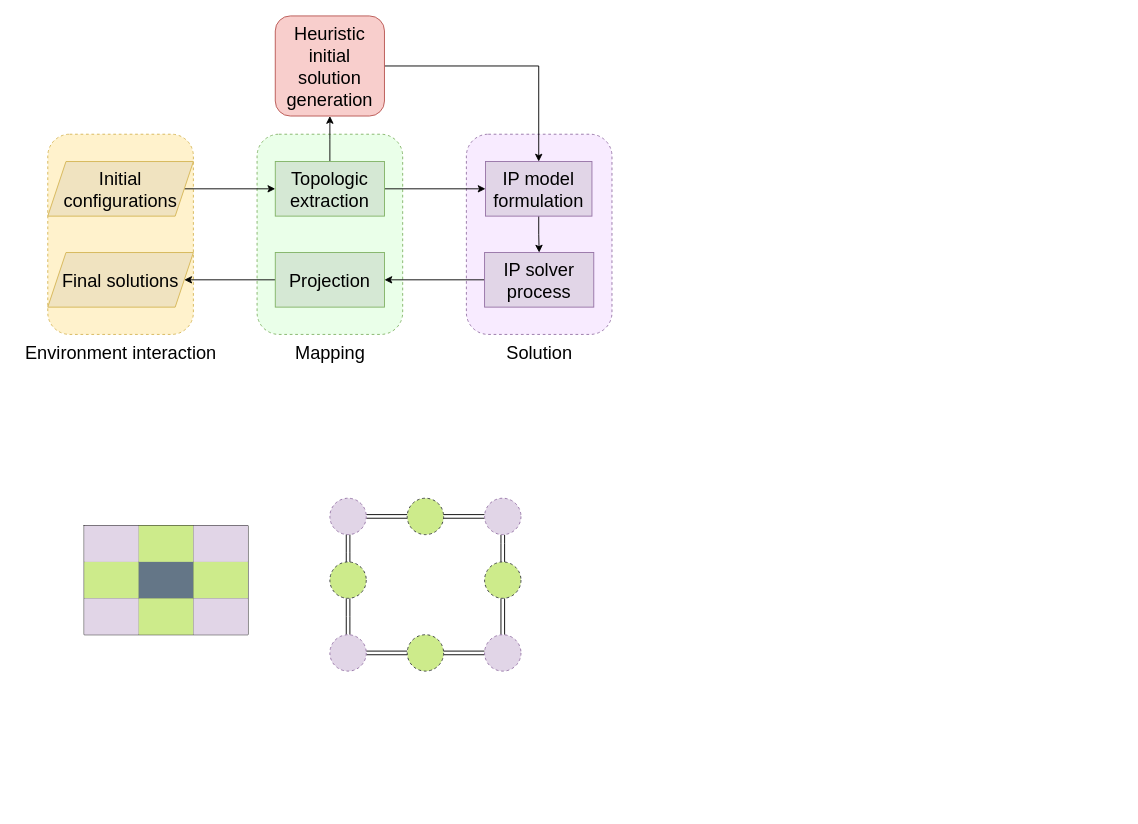
This is OWIP.drawio from HUOJIAXI/A-high-efficient-and-collision-free-algorithm-for-multi-robot-path-planning-in-narrow-passage-env, a draw.io file, before an edit. Source tidied: cells renumbered, new cells numbered last; positions are measured from the earlier drawing's top-left corner, leaving out a move shared by most shapes. Both pictures are drawn from the tidied source at 91%, with x=0, y=0 at pixel (15, 15).
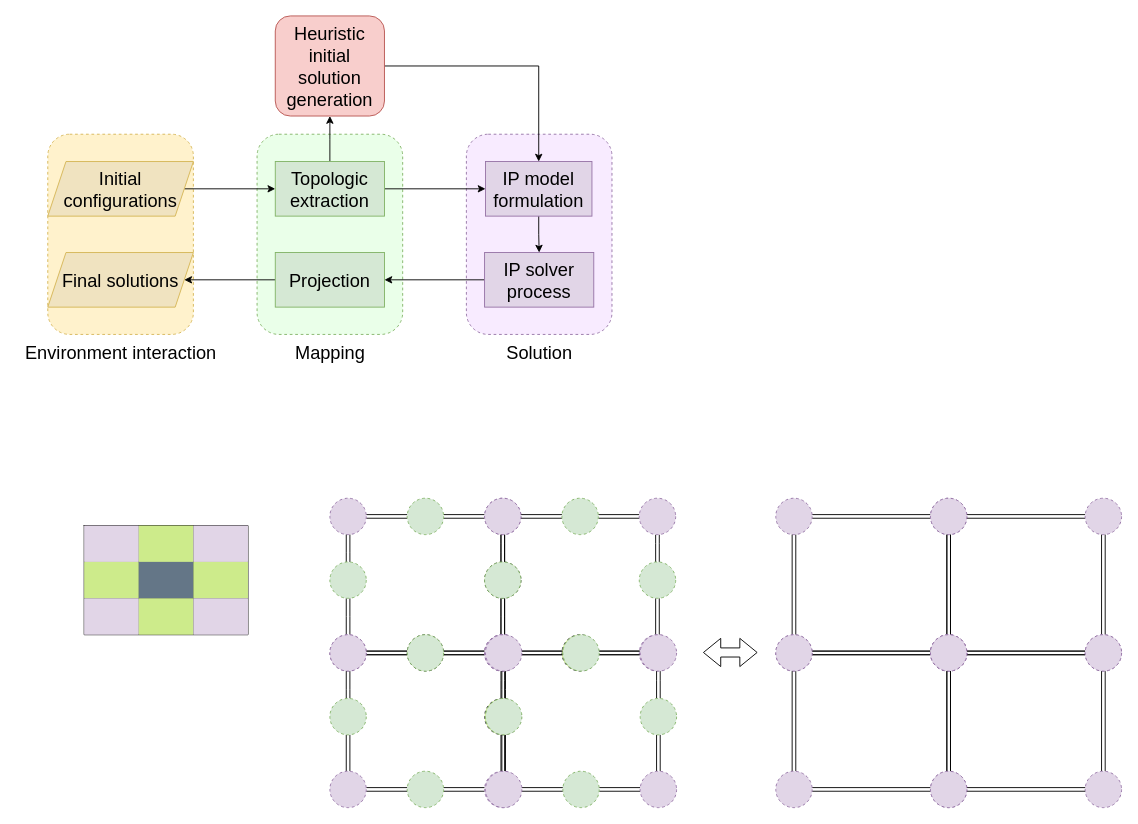
Above is the later version.

Change to the diagram source:
```diff
@@
-    <mxCell id="25" style="ellipse;whiteSpace=wrap;html=1;dashed=1;fillColor=#cdeb8b;strokeColor=#36393d;" parent="1" vertex="1">
+    <mxCell id="25" style="ellipse;whiteSpace=wrap;html=1;dashed=1;fillColor=#d5e8d4;strokeColor=#82b366;" parent="1" vertex="1">
       <mxGeometry x="430" y="530" width="40" height="40" as="geometry" />
     </mxCell>
@@
-    <mxCell id="37" style="ellipse;whiteSpace=wrap;html=1;dashed=1;fillColor=#cdeb8b;strokeColor=#36393d;" parent="1" vertex="1">
+    <mxCell id="37" style="ellipse;whiteSpace=wrap;html=1;dashed=1;fillColor=#d5e8d4;strokeColor=#82b366;" parent="1" vertex="1">
       <mxGeometry x="345" y="600" width="40" height="40" as="geometry" />
     </mxCell>
@@
+    <mxCell id="51" style="edgeStyle=orthogonalEdgeStyle;rounded=0;jettySize=auto;html=1;shape=link;entryX=0;entryY=0.5;entryDx=0;entryDy=0;" parent="1" edge="1" source="52" target="53">
+      <mxGeometry relative="1" as="geometry" />
+    </mxCell>
+    <mxCell id="52" style="ellipse;whiteSpace=wrap;html=1;dashed=1;fillColor=#e1d5e7;strokeColor=#9673a6;" parent="1" vertex="1">
+      <mxGeometry x="835" y="530" width="40" height="40" as="geometry" />
+    </mxCell>
+    <mxCell id="53" style="ellipse;whiteSpace=wrap;html=1;dashed=1;fillColor=#e1d5e7;strokeColor=#9673a6;" parent="1" vertex="1">
+      <mxGeometry x="1005" y="530" width="40" height="40" as="geometry" />
+    </mxCell>
+    <mxCell id="54" style="edgeStyle=orthogonalEdgeStyle;rounded=0;jettySize=auto;html=1;shape=link;exitX=0.5;exitY=1;exitDx=0;exitDy=0;" parent="1" edge="1" source="53" target="55">
+      <mxGeometry relative="1" as="geometry" />
+    </mxCell>
+    <mxCell id="55" style="ellipse;whiteSpace=wrap;html=1;dashed=1;fillColor=#e1d5e7;strokeColor=#9673a6;" parent="1" vertex="1">
+      <mxGeometry x="1005" y="680" width="40" height="40" as="geometry" />
+    </mxCell>
+    <mxCell id="56" style="edgeStyle=orthogonalEdgeStyle;rounded=0;jettySize=auto;html=1;shape=link;exitX=0;exitY=0.5;exitDx=0;exitDy=0;" parent="1" edge="1" source="55" target="58">
+      <mxGeometry relative="1" as="geometry" />
+    </mxCell>
+    <mxCell id="57" style="edgeStyle=orthogonalEdgeStyle;rounded=0;jettySize=auto;html=1;shape=link;entryX=0.5;entryY=1;entryDx=0;entryDy=0;" parent="1" edge="1" source="58" target="52">
+      <mxGeometry relative="1" as="geometry" />
+    </mxCell>
+    <mxCell id="58" style="ellipse;whiteSpace=wrap;html=1;dashed=1;fillColor=#e1d5e7;strokeColor=#9673a6;" parent="1" vertex="1">
+      <mxGeometry x="835" y="680" width="40" height="40" as="geometry" />
+    </mxCell>
+    <mxCell id="59" style="shape=flexArrow;endArrow=classic;startArrow=classic;html=1;" parent="1" edge="1">
+      <mxGeometry relative="1" as="geometry">
+        <mxPoint x="755" y="699.5" as="sourcePoint" />
+        <mxPoint x="815" y="699.5" as="targetPoint" />
+      </mxGeometry>
+    </mxCell>
+    <mxCell id="60" style="edgeStyle=orthogonalEdgeStyle;rounded=0;jettySize=auto;html=1;shape=link;" parent="1" edge="1" source="61" target="63">
+      <mxGeometry relative="1" as="geometry" />
+    </mxCell>
+    <mxCell id="61" style="ellipse;whiteSpace=wrap;html=1;dashed=1;fillColor=#e1d5e7;strokeColor=#9673a6;" parent="1" vertex="1">
+      <mxGeometry x="515" y="530" width="40" height="40" as="geometry" />
+    </mxCell>
+    <mxCell id="62" style="edgeStyle=orthogonalEdgeStyle;rounded=0;jettySize=auto;html=1;shape=link;" parent="1" edge="1" source="63" target="65">
+      <mxGeometry relative="1" as="geometry" />
+    </mxCell>
+    <mxCell id="63" style="ellipse;whiteSpace=wrap;html=1;dashed=1;fillColor=#d5e8d4;strokeColor=#82b366;" parent="1" vertex="1">
+      <mxGeometry x="600" y="530" width="40" height="40" as="geometry" />
+    </mxCell>
+    <mxCell id="64" style="edgeStyle=orthogonalEdgeStyle;rounded=0;jettySize=auto;html=1;shape=link;" parent="1" edge="1" source="65" target="67">
+      <mxGeometry relative="1" as="geometry" />
+    </mxCell>
+    <mxCell id="65" style="ellipse;whiteSpace=wrap;html=1;dashed=1;fillColor=#e1d5e7;strokeColor=#9673a6;" parent="1" vertex="1">
+      <mxGeometry x="685" y="530" width="40" height="40" as="geometry" />
+    </mxCell>
+    <mxCell id="66" style="edgeStyle=orthogonalEdgeStyle;rounded=0;jettySize=auto;html=1;shape=link;" parent="1" edge="1" source="67" target="69">
+      <mxGeometry relative="1" as="geometry" />
+    </mxCell>
+    <mxCell id="67" style="ellipse;whiteSpace=wrap;html=1;dashed=1;fillColor=#d5e8d4;strokeColor=#82b366;" parent="1" vertex="1">
+      <mxGeometry x="685" y="600" width="40" height="40" as="geometry" />
+    </mxCell>
+    <mxCell id="68" style="edgeStyle=orthogonalEdgeStyle;rounded=0;jettySize=auto;html=1;shape=link;" parent="1" edge="1" source="69" target="71">
+      <mxGeometry relative="1" as="geometry" />
+    </mxCell>
+    <mxCell id="69" style="ellipse;whiteSpace=wrap;html=1;dashed=1;fillColor=#e1d5e7;strokeColor=#9673a6;" parent="1" vertex="1">
+      <mxGeometry x="685" y="680" width="40" height="40" as="geometry" />
+    </mxCell>
+    <mxCell id="70" style="edgeStyle=orthogonalEdgeStyle;rounded=0;jettySize=auto;html=1;shape=link;" parent="1" edge="1" source="71" target="73">
+      <mxGeometry relative="1" as="geometry" />
+    </mxCell>
+    <mxCell id="71" style="ellipse;whiteSpace=wrap;html=1;dashed=1;fillColor=#cdeb8b;strokeColor=#36393d;" parent="1" vertex="1">
+      <mxGeometry x="600" y="680" width="40" height="40" as="geometry" />
+    </mxCell>
+    <mxCell id="72" style="edgeStyle=orthogonalEdgeStyle;rounded=0;jettySize=auto;html=1;shape=link;" parent="1" edge="1" source="73">
+      <mxGeometry relative="1" as="geometry">
+        <mxPoint x="535" y="640" as="targetPoint" />
+      </mxGeometry>
+    </mxCell>
+    <mxCell id="73" style="ellipse;whiteSpace=wrap;html=1;dashed=1;fillColor=#e1d5e7;strokeColor=#9673a6;" parent="1" vertex="1">
+      <mxGeometry x="515" y="680" width="40" height="40" as="geometry" />
+    </mxCell>
+    <mxCell id="74" style="edgeStyle=orthogonalEdgeStyle;rounded=0;jettySize=auto;html=1;shape=link;" parent="1" edge="1" source="75" target="61">
+      <mxGeometry relative="1" as="geometry" />
+    </mxCell>
+    <mxCell id="75" style="ellipse;whiteSpace=wrap;html=1;dashed=1;fillColor=#d5e8d4;strokeColor=#82b366;" parent="1" vertex="1">
+      <mxGeometry x="515" y="600" width="40" height="40" as="geometry" />
+    </mxCell>
+    <mxCell id="76" style="edgeStyle=orthogonalEdgeStyle;rounded=0;jettySize=auto;html=1;shape=link;" parent="1" edge="1" source="77" target="79">
+      <mxGeometry relative="1" as="geometry" />
+    </mxCell>
+    <mxCell id="77" style="ellipse;whiteSpace=wrap;html=1;dashed=1;fillColor=#e1d5e7;strokeColor=#9673a6;" parent="1" vertex="1">
+      <mxGeometry x="345" y="680" width="40" height="40" as="geometry" />
+    </mxCell>
+    <mxCell id="78" style="edgeStyle=orthogonalEdgeStyle;rounded=0;jettySize=auto;html=1;shape=link;" parent="1" edge="1" source="79" target="81">
+      <mxGeometry relative="1" as="geometry" />
+    </mxCell>
+    <mxCell id="79" style="ellipse;whiteSpace=wrap;html=1;dashed=1;fillColor=#d5e8d4;strokeColor=#82b366;" parent="1" vertex="1">
+      <mxGeometry x="430" y="680" width="40" height="40" as="geometry" />
+    </mxCell>
+    <mxCell id="80" style="edgeStyle=orthogonalEdgeStyle;rounded=0;jettySize=auto;html=1;shape=link;" parent="1" edge="1" source="81" target="83">
+      <mxGeometry relative="1" as="geometry" />
+    </mxCell>
+    <mxCell id="81" style="ellipse;whiteSpace=wrap;html=1;dashed=1;fillColor=#e1d5e7;strokeColor=#9673a6;" parent="1" vertex="1">
+      <mxGeometry x="515" y="680" width="40" height="40" as="geometry" />
+    </mxCell>
+    <mxCell id="82" style="edgeStyle=orthogonalEdgeStyle;rounded=0;jettySize=auto;html=1;shape=link;" parent="1" edge="1" source="83" target="85">
+      <mxGeometry relative="1" as="geometry" />
+    </mxCell>
+    <mxCell id="83" style="ellipse;whiteSpace=wrap;html=1;dashed=1;fillColor=#cdeb8b;strokeColor=#36393d;" parent="1" vertex="1">
+      <mxGeometry x="515" y="750" width="40" height="40" as="geometry" />
+    </mxCell>
+    <mxCell id="84" style="edgeStyle=orthogonalEdgeStyle;rounded=0;jettySize=auto;html=1;shape=link;" parent="1" edge="1" source="85" target="87">
+      <mxGeometry relative="1" as="geometry" />
+    </mxCell>
+    <mxCell id="85" style="ellipse;whiteSpace=wrap;html=1;dashed=1;fillColor=#e1d5e7;strokeColor=#9673a6;" parent="1" vertex="1">
+      <mxGeometry x="515" y="830" width="40" height="40" as="geometry" />
+    </mxCell>
+    <mxCell id="86" style="edgeStyle=orthogonalEdgeStyle;rounded=0;jettySize=auto;html=1;shape=link;" parent="1" edge="1" source="87" target="89">
+      <mxGeometry relative="1" as="geometry" />
+    </mxCell>
+    <mxCell id="87" style="ellipse;whiteSpace=wrap;html=1;dashed=1;fillColor=#d5e8d4;strokeColor=#82b366;" parent="1" vertex="1">
+      <mxGeometry x="430" y="830" width="40" height="40" as="geometry" />
+    </mxCell>
+    <mxCell id="88" style="edgeStyle=orthogonalEdgeStyle;rounded=0;jettySize=auto;html=1;shape=link;" parent="1" edge="1" source="89">
+      <mxGeometry relative="1" as="geometry">
+        <mxPoint x="365" y="790" as="targetPoint" />
+      </mxGeometry>
+    </mxCell>
+    <mxCell id="89" style="ellipse;whiteSpace=wrap;html=1;dashed=1;fillColor=#e1d5e7;strokeColor=#9673a6;" parent="1" vertex="1">
+      <mxGeometry x="345" y="830" width="40" height="40" as="geometry" />
+    </mxCell>
+    <mxCell id="90" style="edgeStyle=orthogonalEdgeStyle;rounded=0;jettySize=auto;html=1;shape=link;" parent="1" edge="1" source="91" target="77">
+      <mxGeometry relative="1" as="geometry" />
+    </mxCell>
+    <mxCell id="91" style="ellipse;whiteSpace=wrap;html=1;dashed=1;fillColor=#d5e8d4;strokeColor=#82b366;" parent="1" vertex="1">
+      <mxGeometry x="345" y="750" width="40" height="40" as="geometry" />
+    </mxCell>
+    <mxCell id="92" style="edgeStyle=orthogonalEdgeStyle;rounded=0;jettySize=auto;html=1;shape=link;" parent="1" edge="1" source="93" target="95">
+      <mxGeometry relative="1" as="geometry" />
+    </mxCell>
+    <mxCell id="93" style="ellipse;whiteSpace=wrap;html=1;dashed=1;fillColor=#e1d5e7;strokeColor=#9673a6;" parent="1" vertex="1">
+      <mxGeometry x="516" y="680" width="40" height="40" as="geometry" />
+    </mxCell>
+    <mxCell id="94" style="edgeStyle=orthogonalEdgeStyle;rounded=0;jettySize=auto;html=1;shape=link;" parent="1" edge="1" source="95" target="97">
+      <mxGeometry relative="1" as="geometry" />
+    </mxCell>
+    <mxCell id="95" style="ellipse;whiteSpace=wrap;html=1;dashed=1;fillColor=#d5e8d4;strokeColor=#82b366;" parent="1" vertex="1">
+      <mxGeometry x="601" y="680" width="40" height="40" as="geometry" />
+    </mxCell>
+    <mxCell id="96" style="edgeStyle=orthogonalEdgeStyle;rounded=0;jettySize=auto;html=1;shape=link;" parent="1" edge="1" source="97" target="99">
+      <mxGeometry relative="1" as="geometry" />
+    </mxCell>
+    <mxCell id="97" style="ellipse;whiteSpace=wrap;html=1;dashed=1;fillColor=#e1d5e7;strokeColor=#9673a6;" parent="1" vertex="1">
+      <mxGeometry x="686" y="680" width="40" height="40" as="geometry" />
+    </mxCell>
+    <mxCell id="98" style="edgeStyle=orthogonalEdgeStyle;rounded=0;jettySize=auto;html=1;shape=link;" parent="1" edge="1" source="99" target="101">
+      <mxGeometry relative="1" as="geometry" />
+    </mxCell>
+    <mxCell id="99" style="ellipse;whiteSpace=wrap;html=1;dashed=1;fillColor=#d5e8d4;strokeColor=#82b366;" parent="1" vertex="1">
+      <mxGeometry x="686" y="750" width="40" height="40" as="geometry" />
+    </mxCell>
+    <mxCell id="100" style="edgeStyle=orthogonalEdgeStyle;rounded=0;jettySize=auto;html=1;shape=link;" parent="1" edge="1" source="101" target="103">
+      <mxGeometry relative="1" as="geometry" />
+    </mxCell>
+    <mxCell id="101" style="ellipse;whiteSpace=wrap;html=1;dashed=1;fillColor=#e1d5e7;strokeColor=#9673a6;" parent="1" vertex="1">
+      <mxGeometry x="686" y="830" width="40" height="40" as="geometry" />
+    </mxCell>
+    <mxCell id="102" style="edgeStyle=orthogonalEdgeStyle;rounded=0;jettySize=auto;html=1;shape=link;" parent="1" edge="1" source="103" target="105">
+      <mxGeometry relative="1" as="geometry" />
+    </mxCell>
+    <mxCell id="103" style="ellipse;whiteSpace=wrap;html=1;dashed=1;fillColor=#d5e8d4;strokeColor=#82b366;" parent="1" vertex="1">
+      <mxGeometry x="601" y="830" width="40" height="40" as="geometry" />
+    </mxCell>
+    <mxCell id="104" style="edgeStyle=orthogonalEdgeStyle;rounded=0;jettySize=auto;html=1;shape=link;" parent="1" edge="1" source="105">
+      <mxGeometry relative="1" as="geometry">
+        <mxPoint x="536" y="790" as="targetPoint" />
+      </mxGeometry>
+    </mxCell>
+    <mxCell id="105" style="ellipse;whiteSpace=wrap;html=1;dashed=1;fillColor=#e1d5e7;strokeColor=#9673a6;" parent="1" vertex="1">
+      <mxGeometry x="516" y="830" width="40" height="40" as="geometry" />
+    </mxCell>
+    <mxCell id="106" style="edgeStyle=orthogonalEdgeStyle;rounded=0;jettySize=auto;html=1;shape=link;" parent="1" edge="1" source="107" target="93">
+      <mxGeometry relative="1" as="geometry" />
+    </mxCell>
+    <mxCell id="107" style="ellipse;whiteSpace=wrap;html=1;dashed=1;fillColor=#d5e8d4;strokeColor=#82b366;" parent="1" vertex="1">
+      <mxGeometry x="516" y="750" width="40" height="40" as="geometry" />
+    </mxCell>
+    <mxCell id="108" style="edgeStyle=orthogonalEdgeStyle;rounded=0;jettySize=auto;html=1;shape=link;entryX=0;entryY=0.5;entryDx=0;entryDy=0;" parent="1" edge="1" source="109" target="110">
+      <mxGeometry relative="1" as="geometry" />
+    </mxCell>
+    <mxCell id="109" style="ellipse;whiteSpace=wrap;html=1;dashed=1;fillColor=#e1d5e7;strokeColor=#9673a6;" parent="1" vertex="1">
+      <mxGeometry x="1005" y="530" width="40" height="40" as="geometry" />
+    </mxCell>
+    <mxCell id="110" style="ellipse;whiteSpace=wrap;html=1;dashed=1;fillColor=#e1d5e7;strokeColor=#9673a6;" parent="1" vertex="1">
+      <mxGeometry x="1175" y="530" width="40" height="40" as="geometry" />
+    </mxCell>
+    <mxCell id="111" style="edgeStyle=orthogonalEdgeStyle;rounded=0;jettySize=auto;html=1;shape=link;exitX=0.5;exitY=1;exitDx=0;exitDy=0;" parent="1" edge="1" source="110" target="112">
+      <mxGeometry relative="1" as="geometry" />
+    </mxCell>
+    <mxCell id="112" style="ellipse;whiteSpace=wrap;html=1;dashed=1;fillColor=#e1d5e7;strokeColor=#9673a6;" parent="1" vertex="1">
+      <mxGeometry x="1175" y="680" width="40" height="40" as="geometry" />
+    </mxCell>
+    <mxCell id="113" style="edgeStyle=orthogonalEdgeStyle;rounded=0;jettySize=auto;html=1;shape=link;exitX=0;exitY=0.5;exitDx=0;exitDy=0;" parent="1" edge="1" source="112" target="115">
+      <mxGeometry relative="1" as="geometry" />
+    </mxCell>
+    <mxCell id="114" style="edgeStyle=orthogonalEdgeStyle;rounded=0;jettySize=auto;html=1;shape=link;entryX=0.5;entryY=1;entryDx=0;entryDy=0;" parent="1" edge="1" source="115" target="109">
+      <mxGeometry relative="1" as="geometry" />
+    </mxCell>
+    <mxCell id="115" style="ellipse;whiteSpace=wrap;html=1;dashed=1;fillColor=#e1d5e7;strokeColor=#9673a6;" parent="1" vertex="1">
+      <mxGeometry x="1005" y="680" width="40" height="40" as="geometry" />
+    </mxCell>
+    <mxCell id="116" style="edgeStyle=orthogonalEdgeStyle;rounded=0;jettySize=auto;html=1;shape=link;entryX=0;entryY=0.5;entryDx=0;entryDy=0;" parent="1" edge="1" source="117" target="118">
+      <mxGeometry relative="1" as="geometry" />
+    </mxCell>
+    <mxCell id="117" style="ellipse;whiteSpace=wrap;html=1;dashed=1;fillColor=#e1d5e7;strokeColor=#9673a6;" parent="1" vertex="1">
+      <mxGeometry x="835" y="680" width="40" height="40" as="geometry" />
+    </mxCell>
+    <mxCell id="118" style="ellipse;whiteSpace=wrap;html=1;dashed=1;fillColor=#e1d5e7;strokeColor=#9673a6;" parent="1" vertex="1">
+      <mxGeometry x="1005" y="680" width="40" height="40" as="geometry" />
+    </mxCell>
+    <mxCell id="119" style="edgeStyle=orthogonalEdgeStyle;rounded=0;jettySize=auto;html=1;shape=link;exitX=0.5;exitY=1;exitDx=0;exitDy=0;" parent="1" edge="1" source="118" target="120">
+      <mxGeometry relative="1" as="geometry" />
+    </mxCell>
+    <mxCell id="120" style="ellipse;whiteSpace=wrap;html=1;dashed=1;fillColor=#e1d5e7;strokeColor=#9673a6;" parent="1" vertex="1">
+      <mxGeometry x="1005" y="830" width="40" height="40" as="geometry" />
+    </mxCell>
+    <mxCell id="121" style="edgeStyle=orthogonalEdgeStyle;rounded=0;jettySize=auto;html=1;shape=link;exitX=0;exitY=0.5;exitDx=0;exitDy=0;" parent="1" edge="1" source="120" target="123">
+      <mxGeometry relative="1" as="geometry" />
+    </mxCell>
+    <mxCell id="122" style="edgeStyle=orthogonalEdgeStyle;rounded=0;jettySize=auto;html=1;shape=link;entryX=0.5;entryY=1;entryDx=0;entryDy=0;" parent="1" edge="1" source="123" target="117">
+      <mxGeometry relative="1" as="geometry" />
+    </mxCell>
+    <mxCell id="123" style="ellipse;whiteSpace=wrap;html=1;dashed=1;fillColor=#e1d5e7;strokeColor=#9673a6;" parent="1" vertex="1">
+      <mxGeometry x="835" y="830" width="40" height="40" as="geometry" />
+    </mxCell>
+    <mxCell id="124" style="edgeStyle=orthogonalEdgeStyle;rounded=0;jettySize=auto;html=1;shape=link;entryX=0;entryY=0.5;entryDx=0;entryDy=0;" parent="1" edge="1" source="125" target="126">
+      <mxGeometry relative="1" as="geometry" />
+    </mxCell>
+    <mxCell id="125" style="ellipse;whiteSpace=wrap;html=1;dashed=1;fillColor=#e1d5e7;strokeColor=#9673a6;" parent="1" vertex="1">
+      <mxGeometry x="1005" y="680" width="40" height="40" as="geometry" />
+    </mxCell>
+    <mxCell id="126" style="ellipse;whiteSpace=wrap;html=1;dashed=1;fillColor=#e1d5e7;strokeColor=#9673a6;" parent="1" vertex="1">
+      <mxGeometry x="1175" y="680" width="40" height="40" as="geometry" />
+    </mxCell>
+    <mxCell id="127" style="edgeStyle=orthogonalEdgeStyle;rounded=0;jettySize=auto;html=1;shape=link;exitX=0.5;exitY=1;exitDx=0;exitDy=0;" parent="1" edge="1" source="126" target="128">
+      <mxGeometry relative="1" as="geometry" />
+    </mxCell>
+    <mxCell id="128" style="ellipse;whiteSpace=wrap;html=1;dashed=1;fillColor=#e1d5e7;strokeColor=#9673a6;" parent="1" vertex="1">
+      <mxGeometry x="1175" y="830" width="40" height="40" as="geometry" />
+    </mxCell>
+    <mxCell id="129" style="edgeStyle=orthogonalEdgeStyle;rounded=0;jettySize=auto;html=1;shape=link;exitX=0;exitY=0.5;exitDx=0;exitDy=0;" parent="1" edge="1" source="128" target="131">
+      <mxGeometry relative="1" as="geometry" />
+    </mxCell>
+    <mxCell id="130" style="edgeStyle=orthogonalEdgeStyle;rounded=0;jettySize=auto;html=1;shape=link;entryX=0.5;entryY=1;entryDx=0;entryDy=0;" parent="1" edge="1" source="131" target="125">
+      <mxGeometry relative="1" as="geometry" />
+    </mxCell>
+    <mxCell id="131" style="ellipse;whiteSpace=wrap;html=1;dashed=1;fillColor=#e1d5e7;strokeColor=#9673a6;" parent="1" vertex="1">
+      <mxGeometry x="1005" y="830" width="40" height="40" as="geometry" />
+    </mxCell>
```
